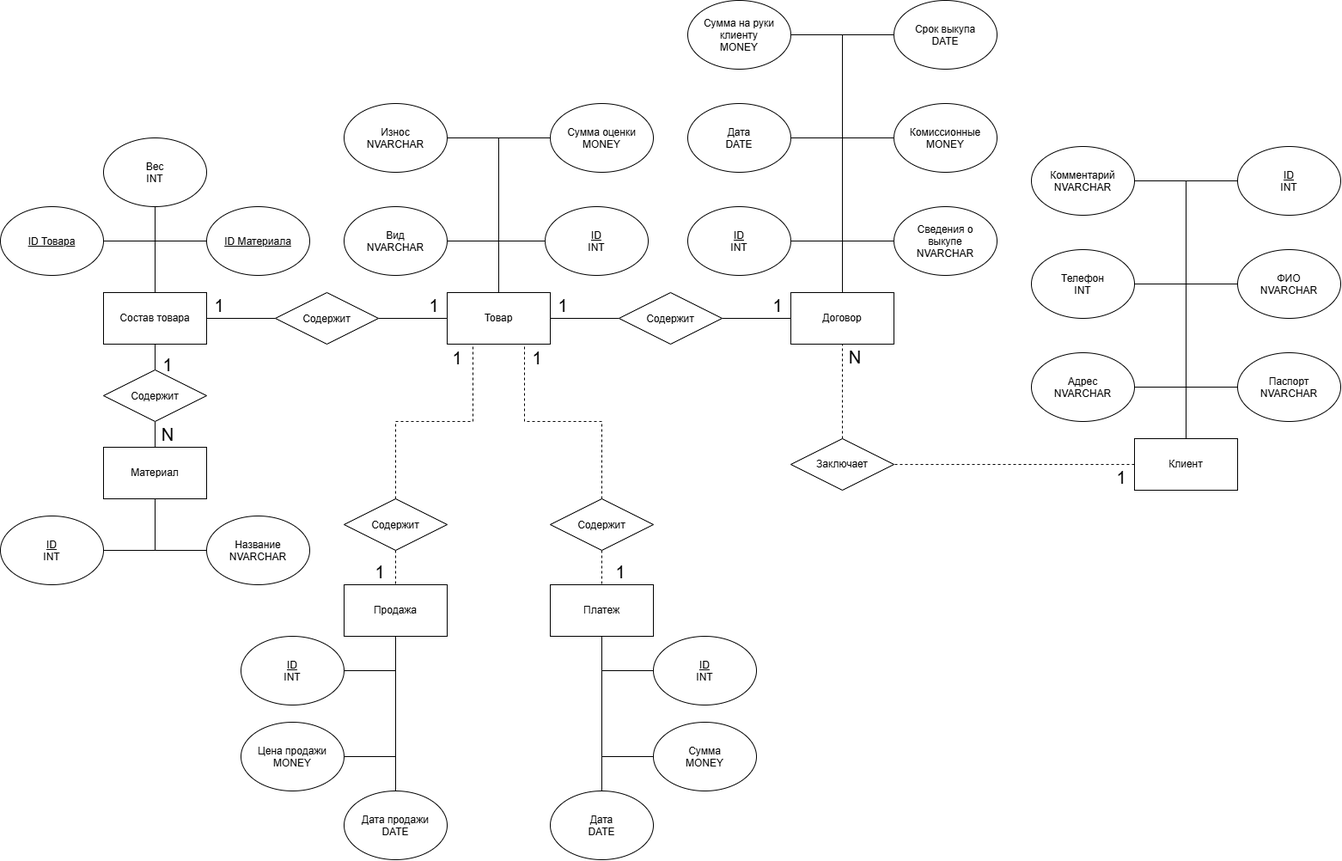
Earlier version of the draw.io export Лабораторная работа 1/Ломбард ER модель.png (STIRLICO/DateBase). Source tidied: cells renumbered, new cells last; positions are measured from the earlier drawing's top-left corner, leaving out a move shared by most shapes.
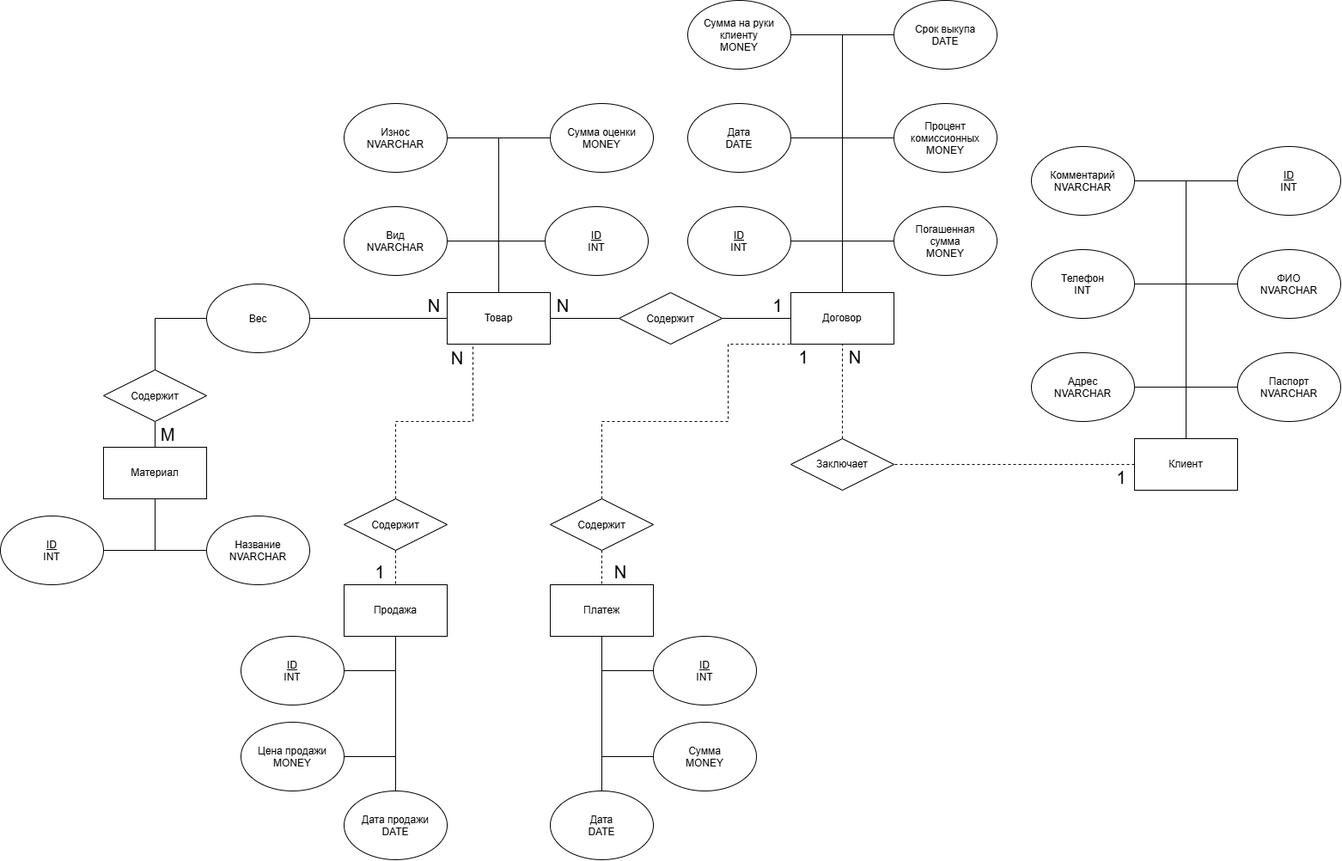
After the commit.

Diff of the diagram source:
```diff
@@ -62,15 +62,6 @@
     <mxCell id="21" value="Материал" style="rounded=0;whiteSpace=wrap;html=1;" parent="1" vertex="1">
       <mxGeometry x="120" y="520" width="120" height="60" as="geometry" />
     </mxCell>
-    <mxCell id="22" style="edgeStyle=orthogonalEdgeStyle;rounded=0;jettySize=auto;html=1;exitX=1;exitY=0.5;exitDx=0;exitDy=0;entryX=0;entryY=0.5;entryDx=0;entryDy=0;endArrow=none;endFill=0;" parent="1" edge="1" source="24" target="77">
-      <mxGeometry relative="1" as="geometry" />
-    </mxCell>
-    <mxCell id="23" style="edgeStyle=orthogonalEdgeStyle;rounded=0;jettySize=auto;html=1;exitX=0.5;exitY=1;exitDx=0;exitDy=0;entryX=0.5;entryY=0;entryDx=0;entryDy=0;endArrow=none;endFill=0;" parent="1" edge="1" source="24" target="80">
-      <mxGeometry relative="1" as="geometry" />
-    </mxCell>
-    <mxCell id="24" value="Состав товара" style="rounded=0;whiteSpace=wrap;html=1;" parent="1" vertex="1">
-      <mxGeometry x="120" y="340" width="120" height="60" as="geometry" />
-    </mxCell>
     <mxCell id="25" value="Продажа" style="rounded=0;whiteSpace=wrap;html=1;" parent="1" vertex="1">
       <mxGeometry x="400" y="680" width="120" height="60" as="geometry" />
     </mxCell>
@@ -125,30 +116,12 @@
     <mxCell id="42" value="Название&lt;br&gt;NVARCHAR" style="ellipse;whiteSpace=wrap;html=1;shapeInside=1;" parent="1" vertex="1">
       <mxGeometry x="240" y="600" width="120" height="80" as="geometry" />
     </mxCell>
-    <mxCell id="43" style="edgeStyle=orthogonalEdgeStyle;rounded=0;jettySize=auto;html=1;exitX=0.5;exitY=1;exitDx=0;exitDy=0;entryX=0.5;entryY=0;entryDx=0;entryDy=0;endArrow=none;endFill=0;" parent="1" edge="1" source="44" target="24">
-      <mxGeometry relative="1" as="geometry" />
-    </mxCell>
-    <mxCell id="44" value="Вес&lt;br&gt;INT&lt;div&gt;&lt;br/&gt;&lt;/div&gt;" style="ellipse;whiteSpace=wrap;html=1;shapeInside=1;" parent="1" vertex="1">
-      <mxGeometry x="120" y="160" width="120" height="80" as="geometry" />
-    </mxCell>
     <mxCell id="45" style="edgeStyle=orthogonalEdgeStyle;rounded=0;jettySize=auto;html=1;exitX=0;exitY=0.5;exitDx=0;exitDy=0;entryX=0.5;entryY=1;entryDx=0;entryDy=0;endArrow=none;endFill=0;" parent="1" edge="1" source="46" target="26">
       <mxGeometry relative="1" as="geometry" />
     </mxCell>
     <mxCell id="46" value="&lt;u&gt;ID&lt;/u&gt;&lt;u&gt;&lt;br&gt;&lt;/u&gt;INT&lt;u&gt;&lt;/u&gt;" style="ellipse;whiteSpace=wrap;html=1;shapeInside=1;align=center;fontStyle=4;" parent="1" vertex="1">
       <mxGeometry x="760" y="740" width="120" height="80" as="geometry" />
     </mxCell>
-    <mxCell id="47" style="edgeStyle=orthogonalEdgeStyle;rounded=0;jettySize=auto;html=1;exitX=1;exitY=0.5;exitDx=0;exitDy=0;entryX=0.5;entryY=0;entryDx=0;entryDy=0;endArrow=none;endFill=0;" parent="1" edge="1" source="48" target="24">
-      <mxGeometry relative="1" as="geometry" />
-    </mxCell>
-    <mxCell id="48" value="&lt;u&gt;ID Товара&lt;/u&gt;" style="ellipse;whiteSpace=wrap;html=1;shapeInside=1;align=center;fontStyle=4;" parent="1" vertex="1">
-      <mxGeometry y="240" width="120" height="80" as="geometry" />
-    </mxCell>
-    <mxCell id="49" style="edgeStyle=orthogonalEdgeStyle;rounded=0;jettySize=auto;html=1;exitX=0;exitY=0.5;exitDx=0;exitDy=0;entryX=0.5;entryY=0;entryDx=0;entryDy=0;endArrow=none;endFill=0;" parent="1" edge="1" source="50" target="24">
-      <mxGeometry relative="1" as="geometry" />
-    </mxCell>
-    <mxCell id="50" value="&lt;u&gt;ID Материала&lt;/u&gt;" style="ellipse;whiteSpace=wrap;html=1;shapeInside=1;align=center;fontStyle=4;" parent="1" vertex="1">
-      <mxGeometry x="240" y="240" width="120" height="80" as="geometry" />
-    </mxCell>
     <mxCell id="51" style="edgeStyle=orthogonalEdgeStyle;rounded=0;jettySize=auto;html=1;exitX=1;exitY=0.5;exitDx=0;exitDy=0;entryX=0.5;entryY=0;entryDx=0;entryDy=0;endArrow=none;endFill=0;" parent="1" edge="1" source="52" target="7">
       <mxGeometry relative="1" as="geometry" />
     </mxCell>
@@ -170,13 +143,13 @@
     <mxCell id="57" style="edgeStyle=orthogonalEdgeStyle;rounded=0;jettySize=auto;html=1;exitX=0;exitY=0.5;exitDx=0;exitDy=0;entryX=0.5;entryY=0;entryDx=0;entryDy=0;endArrow=none;endFill=0;" parent="1" edge="1" source="58" target="7">
       <mxGeometry relative="1" as="geometry" />
     </mxCell>
-    <mxCell id="58" value="Комиссионные&lt;br&gt;MONEY" style="ellipse;whiteSpace=wrap;html=1;shapeInside=1;" parent="1" vertex="1">
+    <mxCell id="58" value="Процент комиссионных&lt;br&gt;MONEY" style="ellipse;whiteSpace=wrap;html=1;shapeInside=1;" parent="1" vertex="1">
       <mxGeometry x="1040" y="120" width="120" height="80" as="geometry" />
     </mxCell>
     <mxCell id="59" style="edgeStyle=orthogonalEdgeStyle;rounded=0;jettySize=auto;html=1;exitX=0;exitY=0.5;exitDx=0;exitDy=0;entryX=0.5;entryY=0;entryDx=0;entryDy=0;endArrow=none;endFill=0;" parent="1" edge="1" source="60" target="7">
       <mxGeometry relative="1" as="geometry" />
     </mxCell>
-    <mxCell id="60" value="Сведения о выкупе&lt;br&gt;NVARCHAR" style="ellipse;whiteSpace=wrap;html=1;shapeInside=1;" parent="1" vertex="1">
+    <mxCell id="60" value="Погашенная сумма&lt;br&gt;MONEY" style="ellipse;whiteSpace=wrap;html=1;shapeInside=1;" parent="1" vertex="1">
       <mxGeometry x="1040" y="240" width="120" height="80" as="geometry" />
     </mxCell>
     <mxCell id="61" style="edgeStyle=orthogonalEdgeStyle;rounded=0;jettySize=auto;html=1;exitX=0.5;exitY=0;exitDx=0;exitDy=0;entryX=0.5;entryY=1;entryDx=0;entryDy=0;endArrow=none;endFill=0;" parent="1" edge="1" source="62" target="25">
@@ -223,38 +196,35 @@
     <mxCell id="73" value="&lt;div&gt;Содержит&lt;/div&gt;" style="rhombus;whiteSpace=wrap;html=1;shapeInside=1;" parent="1" vertex="1">
       <mxGeometry x="720" y="340" width="120" height="60" as="geometry" />
     </mxCell>
-    <mxCell id="74" value="&lt;font style=&quot;font-size: 20px;&quot;&gt;1&lt;/font&gt;" style="text;html=1;whiteSpace=wrap;strokeColor=none;fillColor=none;align=center;verticalAlign=middle;rounded=0;" parent="1" vertex="1">
+    <mxCell id="74" value="&lt;span style=&quot;font-size: 20px;&quot;&gt;N&lt;/span&gt;" style="text;html=1;whiteSpace=wrap;strokeColor=none;fillColor=none;align=center;verticalAlign=middle;rounded=0;" parent="1" vertex="1">
       <mxGeometry x="640" y="340" width="30" height="30" as="geometry" />
     </mxCell>
     <mxCell id="75" value="&lt;font style=&quot;font-size: 20px;&quot;&gt;1&lt;/font&gt;" style="text;html=1;whiteSpace=wrap;strokeColor=none;fillColor=none;align=center;verticalAlign=middle;rounded=0;" parent="1" vertex="1">
       <mxGeometry x="890" y="340" width="30" height="30" as="geometry" />
     </mxCell>
-    <mxCell id="76" style="edgeStyle=orthogonalEdgeStyle;rounded=0;jettySize=auto;html=1;exitX=1;exitY=0.5;exitDx=0;exitDy=0;entryX=0;entryY=0.5;entryDx=0;entryDy=0;endArrow=none;endFill=0;" parent="1" edge="1" source="77" target="5">
+    <mxCell id="76" style="edgeStyle=orthogonalEdgeStyle;rounded=0;jettySize=auto;html=1;entryX=0;entryY=0.5;entryDx=0;entryDy=0;endArrow=none;endFill=0;exitX=1;exitY=0.5;exitDx=0;exitDy=0;" parent="1" edge="1" source="94" target="5">
       <mxGeometry relative="1" as="geometry" />
     </mxCell>
-    <mxCell id="77" value="&lt;div&gt;Содержит&lt;/div&gt;" style="rhombus;whiteSpace=wrap;html=1;shapeInside=1;" parent="1" vertex="1">
-      <mxGeometry x="320" y="340" width="120" height="60" as="geometry" />
-    </mxCell>
-    <mxCell id="78" value="&lt;font style=&quot;font-size: 20px;&quot;&gt;1&lt;/font&gt;" style="text;html=1;whiteSpace=wrap;strokeColor=none;fillColor=none;align=center;verticalAlign=middle;rounded=0;" parent="1" vertex="1">
+    <mxCell id="78" value="&lt;span style=&quot;font-size: 20px;&quot;&gt;N&lt;/span&gt;" style="text;html=1;whiteSpace=wrap;strokeColor=none;fillColor=none;align=center;verticalAlign=middle;rounded=0;" parent="1" vertex="1">
       <mxGeometry x="490" y="340" width="30" height="30" as="geometry" />
     </mxCell>
-    <mxCell id="79" value="&lt;font style=&quot;font-size: 20px;&quot;&gt;1&lt;/font&gt;" style="text;html=1;whiteSpace=wrap;strokeColor=none;fillColor=none;align=center;verticalAlign=middle;rounded=0;" parent="1" vertex="1">
-      <mxGeometry x="240" y="340" width="30" height="30" as="geometry" />
-    </mxCell>
     <mxCell id="80" value="&lt;div&gt;Содержит&lt;/div&gt;" style="rhombus;whiteSpace=wrap;html=1;shapeInside=1;" parent="1" vertex="1">
       <mxGeometry x="120" y="430" width="120" height="60" as="geometry" />
     </mxCell>
-    <mxCell id="81" value="&lt;font style=&quot;font-size: 20px;&quot;&gt;N&lt;/font&gt;" style="text;html=1;whiteSpace=wrap;strokeColor=none;fillColor=none;align=center;verticalAlign=middle;rounded=0;" parent="1" vertex="1">
+    <mxCell id="81" value="&lt;font style=&quot;font-size: 20px;&quot;&gt;M&lt;/font&gt;" style="text;html=1;whiteSpace=wrap;strokeColor=none;fillColor=none;align=center;verticalAlign=middle;rounded=0;" parent="1" vertex="1">
       <mxGeometry x="180" y="490" width="30" height="30" as="geometry" />
     </mxCell>
-    <mxCell id="82" value="&lt;font style=&quot;font-size: 20px;&quot;&gt;1&lt;/font&gt;" style="text;html=1;whiteSpace=wrap;strokeColor=none;fillColor=none;align=center;verticalAlign=middle;rounded=0;" parent="1" vertex="1">
-      <mxGeometry x="180" y="409" width="30" height="30" as="geometry" />
-    </mxCell>
     <mxCell id="83" style="edgeStyle=orthogonalEdgeStyle;rounded=0;jettySize=auto;html=1;exitX=0.5;exitY=1;exitDx=0;exitDy=0;entryX=0.5;entryY=0;entryDx=0;entryDy=0;dashed=1;endArrow=none;endFill=0;" parent="1" edge="1" source="85" target="26">
       <mxGeometry relative="1" as="geometry" />
     </mxCell>
-    <mxCell id="84" style="edgeStyle=orthogonalEdgeStyle;rounded=0;jettySize=auto;html=1;exitX=0.5;exitY=0;exitDx=0;exitDy=0;entryX=0.75;entryY=1;entryDx=0;entryDy=0;dashed=1;endArrow=none;endFill=0;" parent="1" edge="1" source="85" target="5">
-      <mxGeometry relative="1" as="geometry" />
+    <mxCell id="84" style="edgeStyle=orthogonalEdgeStyle;rounded=0;jettySize=auto;html=1;exitX=0.5;exitY=0;exitDx=0;exitDy=0;entryX=0.25;entryY=1;entryDx=0;entryDy=0;dashed=1;endArrow=none;endFill=0;" parent="1" edge="1" source="85" target="7">
+      <mxGeometry relative="1" as="geometry">
+        <Array as="points">
+          <mxPoint x="700" y="490" />
+          <mxPoint x="847" y="490" />
+          <mxPoint x="847" y="400" />
+        </Array>
+      </mxGeometry>
     </mxCell>
     <mxCell id="85" value="Содержит" style="rhombus;whiteSpace=wrap;html=1;shapeInside=1;" parent="1" vertex="1">
       <mxGeometry x="640" y="580" width="120" height="60" as="geometry" />
@@ -268,17 +238,23 @@
     <mxCell id="88" value="Содержит" style="rhombus;whiteSpace=wrap;html=1;shapeInside=1;" parent="1" vertex="1">
       <mxGeometry x="400" y="580" width="120" height="60" as="geometry" />
     </mxCell>
-    <mxCell id="89" value="&lt;font style=&quot;font-size: 20px;&quot;&gt;1&lt;/font&gt;" style="text;html=1;whiteSpace=wrap;strokeColor=none;fillColor=none;align=center;verticalAlign=middle;rounded=0;" parent="1" vertex="1">
+    <mxCell id="89" value="&lt;span style=&quot;font-size: 20px;&quot;&gt;N&lt;/span&gt;" style="text;html=1;whiteSpace=wrap;strokeColor=none;fillColor=none;align=center;verticalAlign=middle;rounded=0;" parent="1" vertex="1">
       <mxGeometry x="707" y="650" width="30" height="30" as="geometry" />
     </mxCell>
-    <mxCell id="90" value="&lt;font style=&quot;font-size: 20px;&quot;&gt;1&lt;/font&gt;" style="text;html=1;whiteSpace=wrap;strokeColor=none;fillColor=none;align=center;verticalAlign=middle;rounded=0;" parent="1" vertex="1">
+    <mxCell id="90" value="&lt;span style=&quot;font-size: 20px;&quot;&gt;1&lt;/span&gt;" style="text;html=1;whiteSpace=wrap;strokeColor=none;fillColor=none;align=center;verticalAlign=middle;rounded=0;" parent="1" vertex="1">
       <mxGeometry x="427" y="650" width="30" height="30" as="geometry" />
     </mxCell>
-    <mxCell id="91" value="&lt;font style=&quot;font-size: 20px;&quot;&gt;1&lt;/font&gt;" style="text;html=1;whiteSpace=wrap;strokeColor=none;fillColor=none;align=center;verticalAlign=middle;rounded=0;" parent="1" vertex="1">
+    <mxCell id="91" value="&lt;span style=&quot;font-size: 20px;&quot;&gt;N&lt;/span&gt;" style="text;html=1;whiteSpace=wrap;strokeColor=none;fillColor=none;align=center;verticalAlign=middle;rounded=0;" parent="1" vertex="1">
       <mxGeometry x="517" y="401" width="30" height="30" as="geometry" />
     </mxCell>
     <mxCell id="92" value="&lt;font style=&quot;font-size: 20px;&quot;&gt;1&lt;/font&gt;" style="text;html=1;whiteSpace=wrap;strokeColor=none;fillColor=none;align=center;verticalAlign=middle;rounded=0;" parent="1" vertex="1">
-      <mxGeometry x="610" y="401" width="30" height="30" as="geometry" />
+      <mxGeometry x="920" y="400" width="30" height="30" as="geometry" />
     </mxCell>
+    <mxCell id="93" style="edgeStyle=orthogonalEdgeStyle;rounded=0;jettySize=auto;html=1;entryX=0;entryY=0.5;entryDx=0;entryDy=0;endArrow=none;endFill=0;exitX=0.5;exitY=0;exitDx=0;exitDy=0;" parent="1" edge="1" source="80" target="94">
+      <mxGeometry relative="1" as="geometry" />
+    </mxCell>
+    <mxCell id="94" value="Вес" style="ellipse;whiteSpace=wrap;html=1;shapeInside=1;" parent="1" vertex="1">
+      <mxGeometry x="240" y="330" width="120" height="80" as="geometry" />
+    </mxCell>
   </root>
 </mxGraphModel>
```
